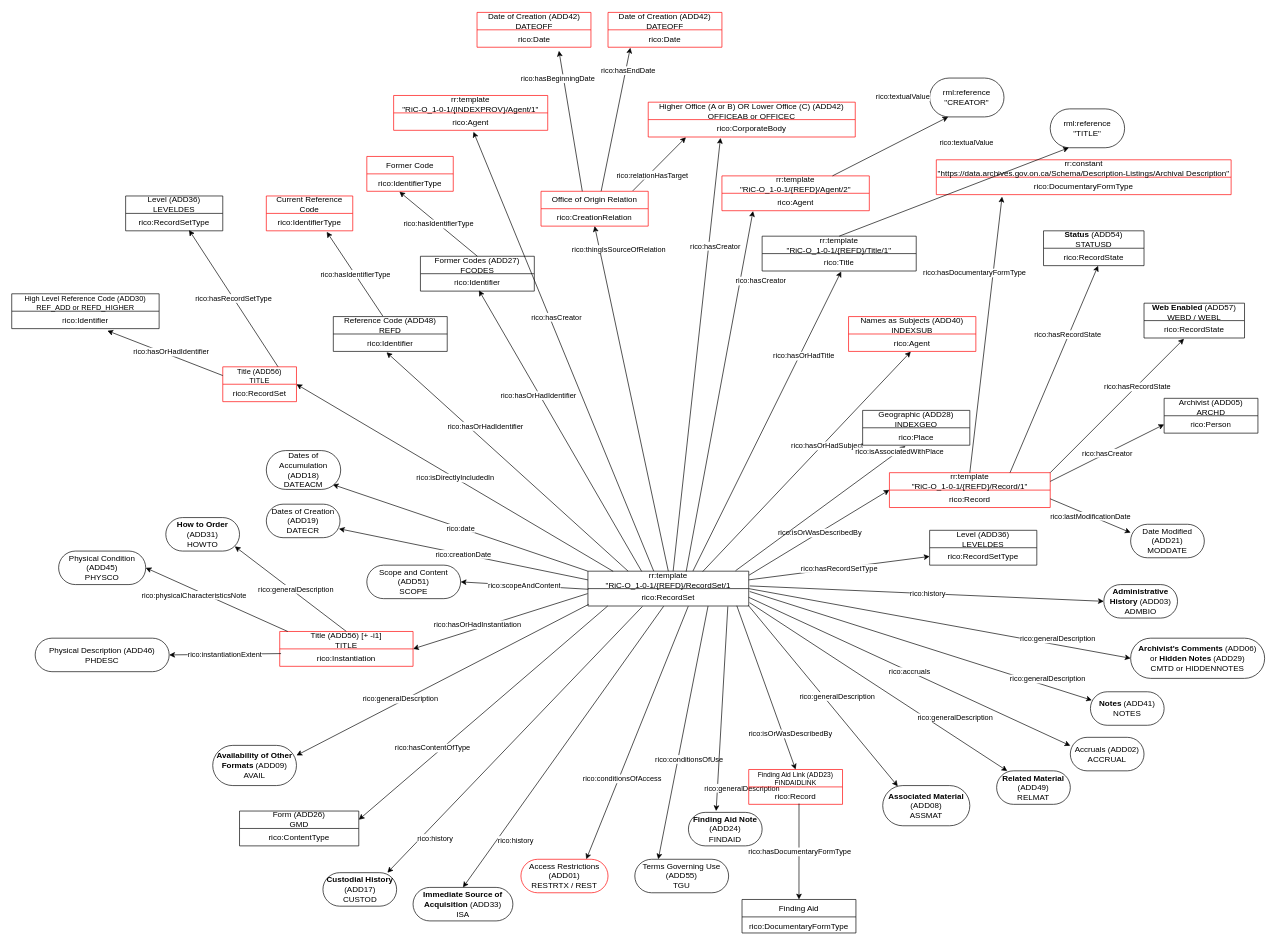
The draw.io diagram gbad/schema/description-listings/Demo_General ADD (Descriptions and Listings) to RiC-O Model_2024-09-13_PZ.drawio in gbad-project/records_in_contexts_draw_io_parser, before the edit. Source tidied: cells renumbered, new cells numbered last; positions are measured from the earlier drawing's top-left corner, leaving out a move shared by most shapes. Both pictures are drawn from the tidied source at 67%, with x=0, y=0 at pixel (11, 12).
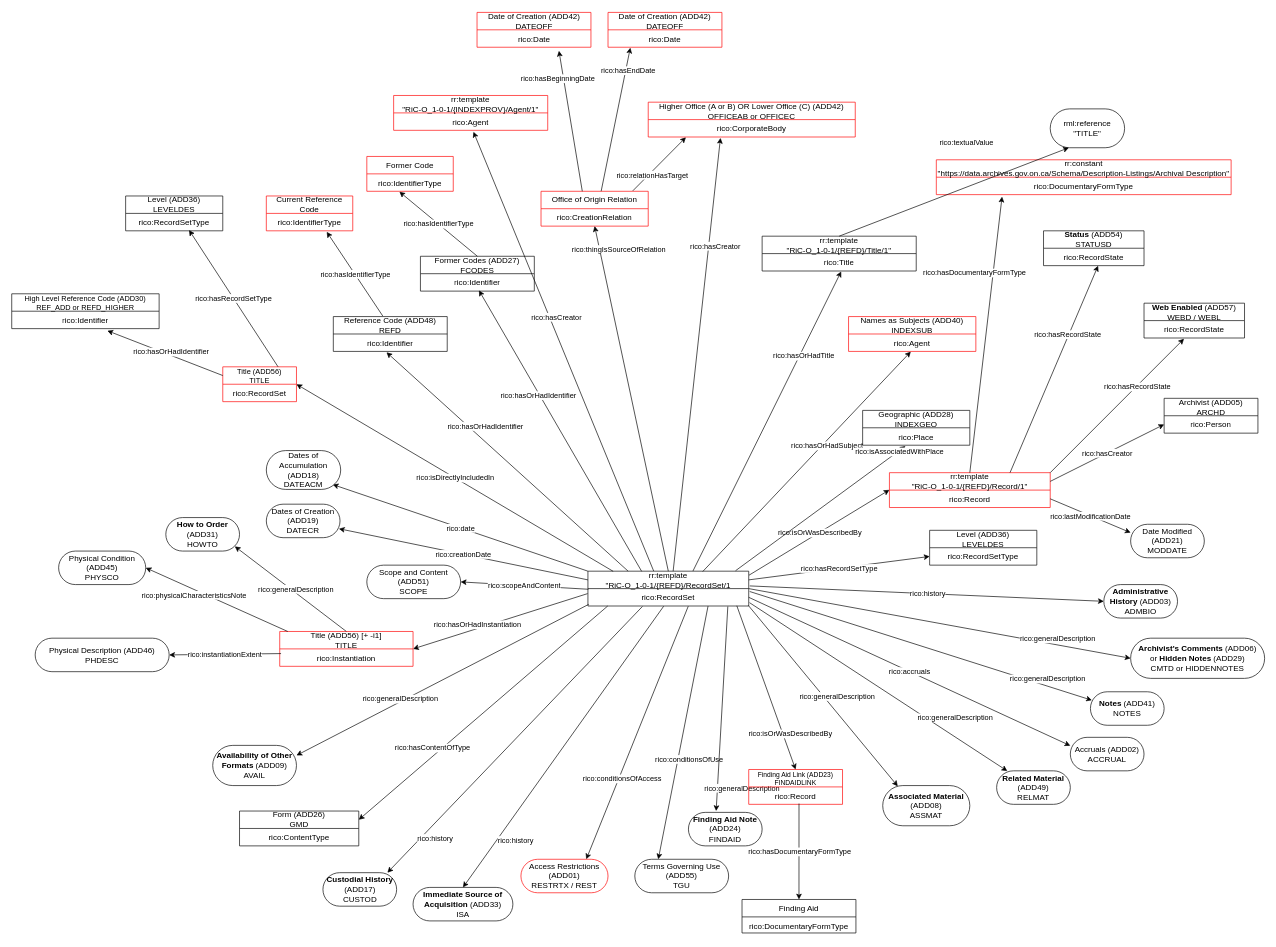
After the change.

Unchanged cells that the change refers to:
```xml
<mxCell id="2" value="rr:template&lt;div&gt;&lt;span style=&quot;background-color: initial;&quot;&gt;&quot;&lt;/span&gt;&lt;span style=&quot;background-color: initial;&quot;&gt;RiC-O_1-0-1/{&lt;/span&gt;&lt;span style=&quot;background-color: initial;&quot;&gt;REFD}/RecordSet/1&lt;/span&gt;&lt;/div&gt;" style="swimlane;fontStyle=0;horizontal=1;startSize=26;fillColor=none;whiteSpace=wrap;html=1;" parent="1" vertex="1">
  <mxGeometry x="860" y="834" width="240" height="52" as="geometry" />
</mxCell>
```

Diff of the diagram source:
```diff
@@
-    <mxCell id="122" style="endArrow=classic;html=1;rounded=0;exitX=0.611;exitY=0.01;exitDx=0;exitDy=0;exitPerimeter=0;entryX=0.211;entryY=1.019;entryDx=0;entryDy=0;entryPerimeter=0;" parent="1" edge="1" source="2" target="125">
-      <mxGeometry relative="1" as="geometry" />
-    </mxCell>
-    <mxCell id="123" value="rico:hasCreator" style="edgeLabel;html=1;align=center;verticalAlign=middle;" parent="122" vertex="1">
-      <mxGeometry relative="1" as="geometry">
-        <mxPoint x="61" y="-165" as="offset" />
-      </mxGeometry>
-    </mxCell>
-    <mxCell id="124" value="rr:template&lt;div&gt;&quot;RiC-O_1-0-1/{REFD}/Agent/2&quot;&lt;/div&gt;" style="swimlane;fontStyle=0;horizontal=1;startSize=26;fillColor=none;whiteSpace=wrap;html=1;strokeColor=#FF0000;" parent="1" vertex="1">
-      <mxGeometry x="1060" y="244" width="220" height="52" as="geometry" />
-    </mxCell>
-    <mxCell id="125" value="rico:Agent" style="text;strokeColor=none;fillColor=none;align=center;verticalAlign=top;spacingLeft=4;spacingRight=4;overflow=hidden;points=[[0,0.5],[1,0.5]];portConstraint=eastwest;whiteSpace=wrap;html=1;" parent="124" vertex="1">
-      <mxGeometry y="26" width="220" height="26" as="geometry" />
-    </mxCell>
@@
-    <mxCell id="170" value="rml:reference&lt;div&gt;&quot;CREATOR&quot;&lt;/div&gt;" style="html=1;whiteSpace=wrap;rounded=1;arcSize=50;" parent="1" vertex="1">
-      <mxGeometry x="1370" y="98" width="111" height="58" as="geometry" />
-    </mxCell>
-    <mxCell id="171" style="endArrow=classic;html=1;rounded=0;entryX=0.25;entryY=1;entryDx=0;entryDy=0;exitX=0.75;exitY=0;exitDx=0;exitDy=0;" parent="1" edge="1" source="124" target="170">
-      <mxGeometry relative="1" as="geometry" />
-    </mxCell>
-    <mxCell id="172" value="rico:textualValue" style="edgeLabel;html=1;align=center;verticalAlign=middle;" parent="171" vertex="1">
-      <mxGeometry relative="1" as="geometry">
-        <mxPoint x="18" y="-74" as="offset" />
-      </mxGeometry>
-    </mxCell>
```
